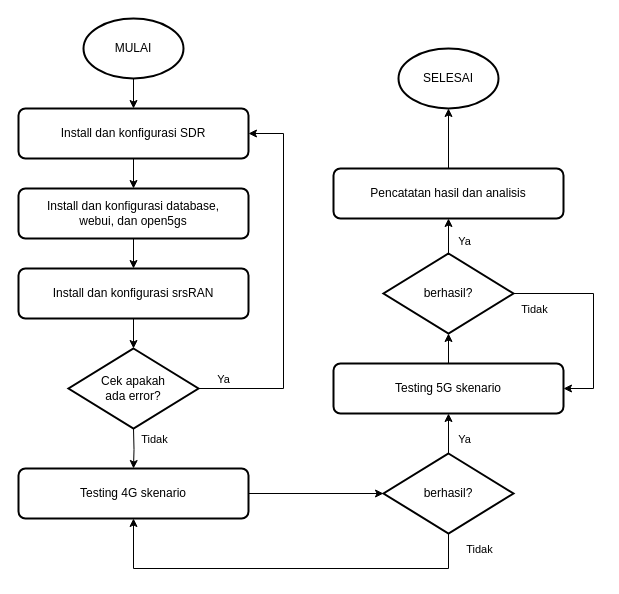
fajarmhr/drawiodump keeps this draw.io diagram as screepsweet/flowchart sistem.drawio. Above is the earlier version. Source tidied: cells renumbered, new cells numbered last; positions are measured from the earlier drawing's top-left corner, leaving out a move shared by most shapes. Both pictures are drawn from the tidied source at 100%, with x=0, y=0 at pixel (18, 18).
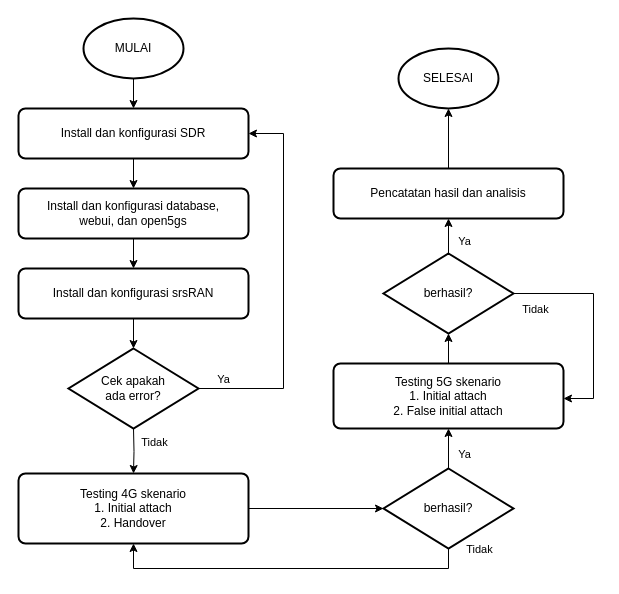
The same diagram, later.

Unchanged cells that the change refers to:
```xml
<mxCell id="27" value="berhasil?" style="strokeWidth=2;html=1;shape=mxgraph.flowchart.decision;whiteSpace=wrap;" parent="1" vertex="1">
  <mxGeometry x="365" y="235" width="130" height="80" as="geometry" />
</mxCell>
```

Change to the diagram source:
```diff
@@
-    <mxCell id="11" value="Testing 4G skenario" style="rounded=1;whiteSpace=wrap;html=1;absoluteArcSize=1;arcSize=14;strokeWidth=2;" parent="1" vertex="1">
-      <mxGeometry y="450" width="230" height="50" as="geometry" />
+    <mxCell id="11" value="Testing 4G skenario&lt;br&gt;1. Initial attach&lt;br&gt;2. Handover" style="rounded=1;whiteSpace=wrap;html=1;absoluteArcSize=1;arcSize=14;strokeWidth=2;" parent="1" vertex="1">
+      <mxGeometry y="455" width="230" height="70" as="geometry" />
     </mxCell>
@@
-    <mxCell id="13" value="Testing 5G skenario" style="rounded=1;whiteSpace=wrap;html=1;absoluteArcSize=1;arcSize=14;strokeWidth=2;" parent="1" vertex="1">
-      <mxGeometry x="315" y="345" width="230" height="50" as="geometry" />
+    <mxCell id="13" value="Testing 5G skenario&lt;br&gt;1. Initial attach&lt;br&gt;2. False initial attach" style="rounded=1;whiteSpace=wrap;html=1;absoluteArcSize=1;arcSize=14;strokeWidth=2;" parent="1" vertex="1">
+      <mxGeometry x="315" y="345" width="230" height="65" as="geometry" />
     </mxCell>
@@
     <mxCell id="23" value="berhasil?" style="strokeWidth=2;html=1;shape=mxgraph.flowchart.decision;whiteSpace=wrap;" parent="1" vertex="1">
-      <mxGeometry x="365" y="435" width="130" height="80" as="geometry" />
+      <mxGeometry x="365" y="450" width="130" height="80" as="geometry" />
     </mxCell>
-    <mxCell id="24" style="edgeStyle=orthogonalEdgeStyle;rounded=0;jettySize=auto;html=1;entryX=1;entryY=0.5;entryDx=0;entryDy=0;" parent="1" edge="1" source="27" target="13">
+    <mxCell id="24" style="edgeStyle=orthogonalEdgeStyle;rounded=0;jettySize=auto;html=1;" parent="1" edge="1" source="27">
       <mxGeometry relative="1" as="geometry">
+        <mxPoint x="545" y="380" as="targetPoint" />
         <Array as="points">
           <mxPoint x="575" y="275" />
-          <mxPoint x="575" y="370" />
+          <mxPoint x="575" y="380" />
+          <mxPoint x="547" y="380" />
         </Array>
       </mxGeometry>
     </mxCell>
```
